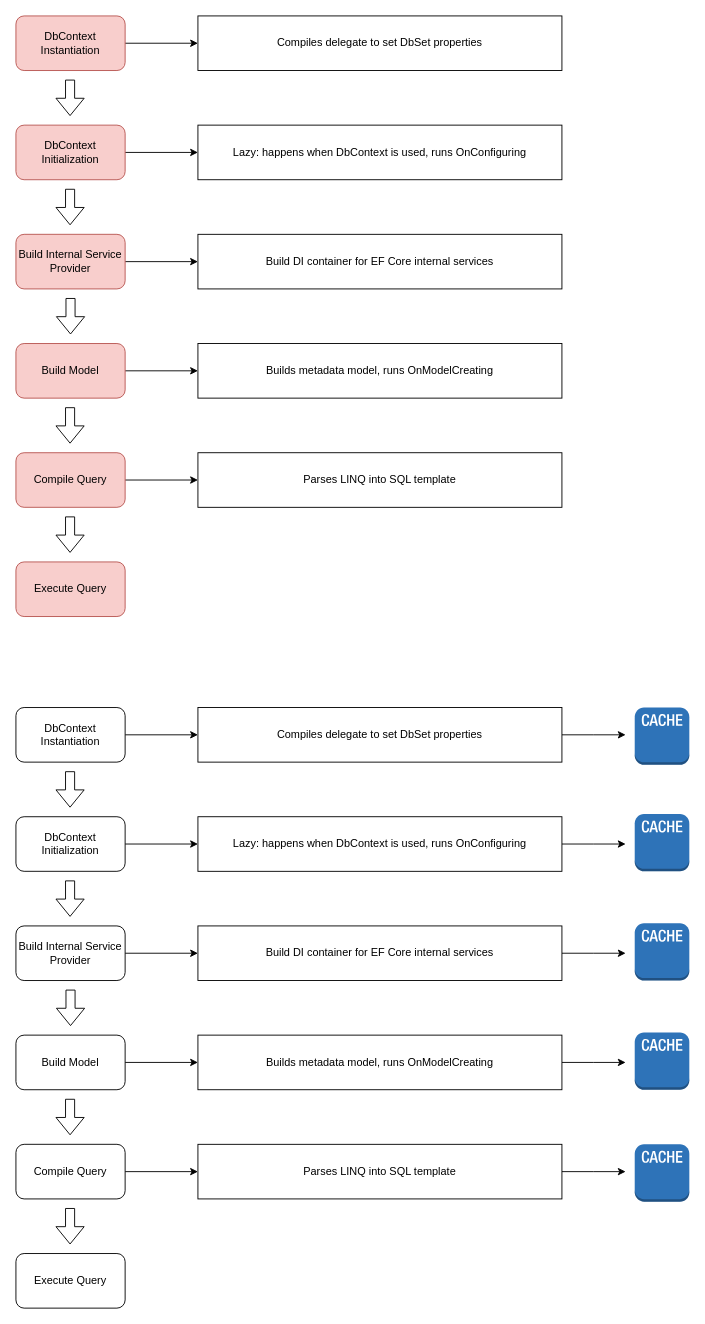
This is docs/efcore-query-execution-steps.drawio from phongnguyend/blog.nashtechglobal.com, a draw.io file, before an edit. Source tidied: cells renumbered, new cells numbered last; positions are measured from the earlier drawing's top-left corner, leaving out a move shared by most shapes. Both pictures are drawn from the tidied source at 91%, with x=0, y=0 at pixel (15, 15).
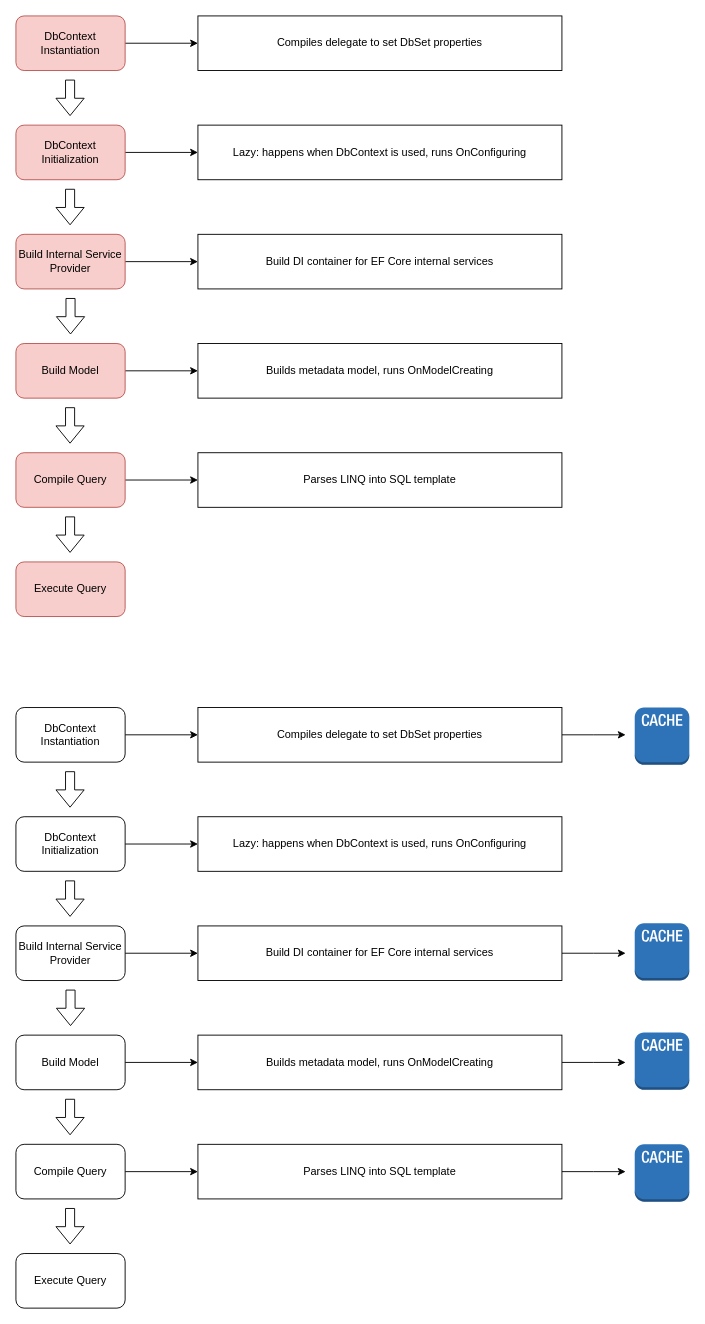
After the change.

Commit message:
Entity Framework Core Internal Architecture: High-Level Overview

Unchanged cells that the change refers to:
```xml
<mxCell id="42" value="Lazy: happens when DbContext is used, runs OnConfiguring" style="rounded=0;whiteSpace=wrap;html=1;" parent="1" vertex="1">
  <mxGeometry x="200" y="880" width="400" height="60" as="geometry" />
</mxCell>
```

Diff of the diagram source:
```diff
@@
-    <mxCell id="41" style="edgeStyle=orthogonalEdgeStyle;rounded=0;jettySize=auto;html=1;" parent="1" edge="1" source="42">
-      <mxGeometry relative="1" as="geometry">
-        <mxPoint x="670" y="910" as="targetPoint" />
-      </mxGeometry>
-    </mxCell>
@@
-    <mxCell id="50" style="dashed=0;verticalLabelPosition=bottom;verticalAlign=top;align=center;html=1;shape=mxgraph.aws3.cache_node;fillColor=#2E73B8;gradientColor=none;" parent="1" vertex="1">
-      <mxGeometry x="680" y="877" width="60" height="63" as="geometry" />
-    </mxCell>
```
